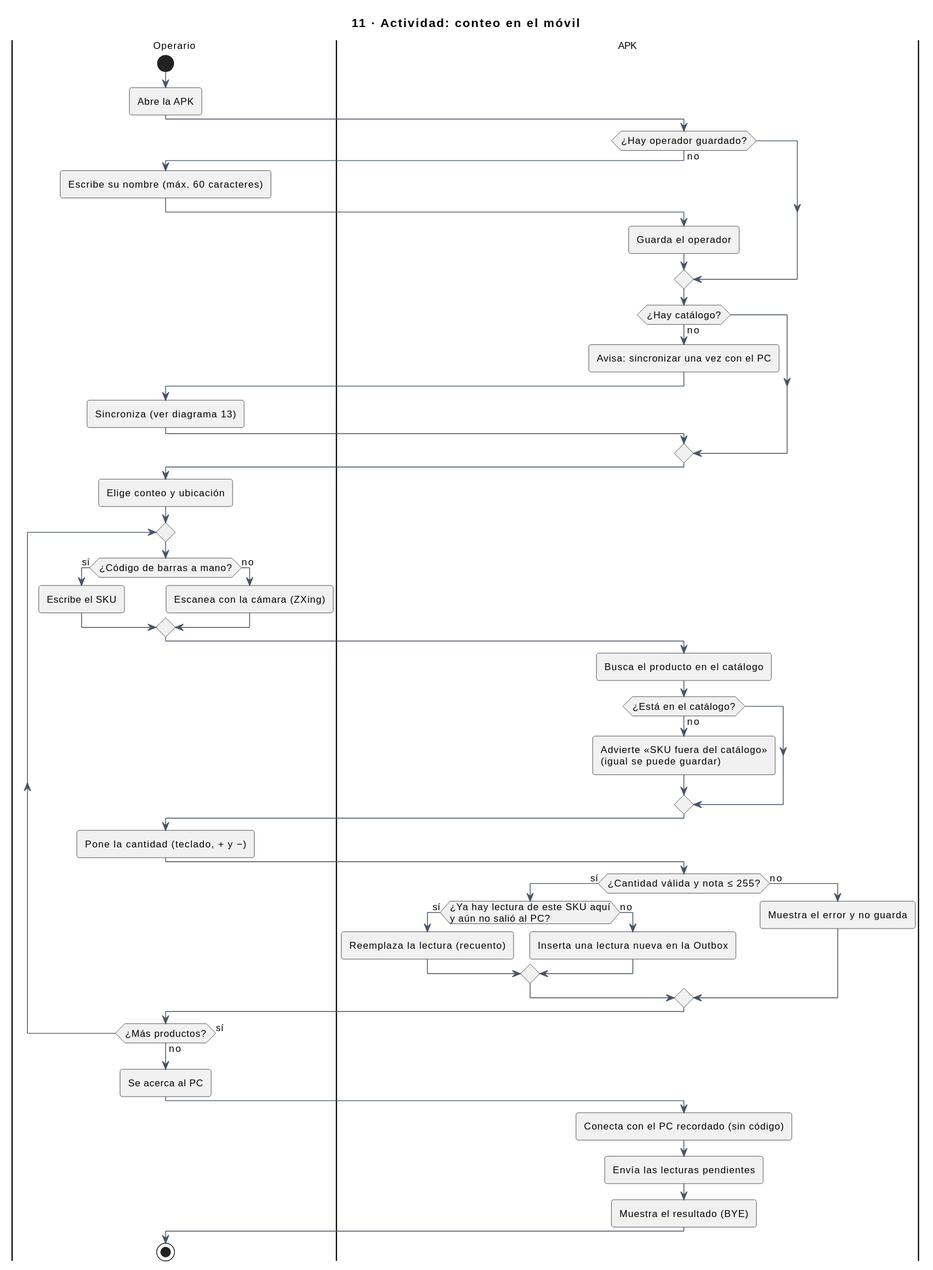
This is docs/img/uml/11-actividad-conteo-movil.svg from sebas-archive/kardex-bt, a PlantUML export, as it was before one commit. The source it was exported from:
```plantuml
@startuml
!include estilo.iuml
title 11 · Actividad: conteo en el móvil
|Operario|
start
:Abre la APK;
|APK|
if (¿Hay operador guardado?) then (no)
  |Operario|
  :Escribe su nombre (máx. 60 caracteres);
  |APK|
  :Guarda el operador;
endif
if (¿Hay catálogo?) then (no)
  :Avisa: sincronizar una vez con el PC;
  |Operario|
  :Sincroniza (ver diagrama 13);
  |APK|
endif
|Operario|
:Elige conteo y ubicación;
repeat
  |Operario|
  if (¿Código de barras a mano?) then (sí)
    :Escribe el SKU;
  else (no)
    :Escanea con la cámara (ZXing);
  endif
  |APK|
  :Busca el producto en el catálogo;
  if (¿Está en el catálogo?) then (no)
    :Advierte «SKU fuera del catálogo»\n(igual se puede guardar);
  endif
  |Operario|
  :Pone la cantidad (teclado, + y −);
  |APK|
  if (¿Cantidad válida y nota ≤ 255?) then (sí)
    if (¿Ya hay lectura de este SKU aquí\ny aún no salió al PC?) then (sí)
      :Reemplaza la lectura (recuento);
    else (no)
      :Inserta una lectura nueva en la Outbox;
    endif
  else (no)
    :Muestra el error y no guarda;
  endif
  |Operario|
repeat while (¿Más productos?) is (sí) not (no)
:Se acerca al PC;
|APK|
:Conecta con el PC recordado (sin código);
:Envía las lecturas pendientes;
:Muestra el resultado (BYE);
|Operario|
stop
@enduml
```
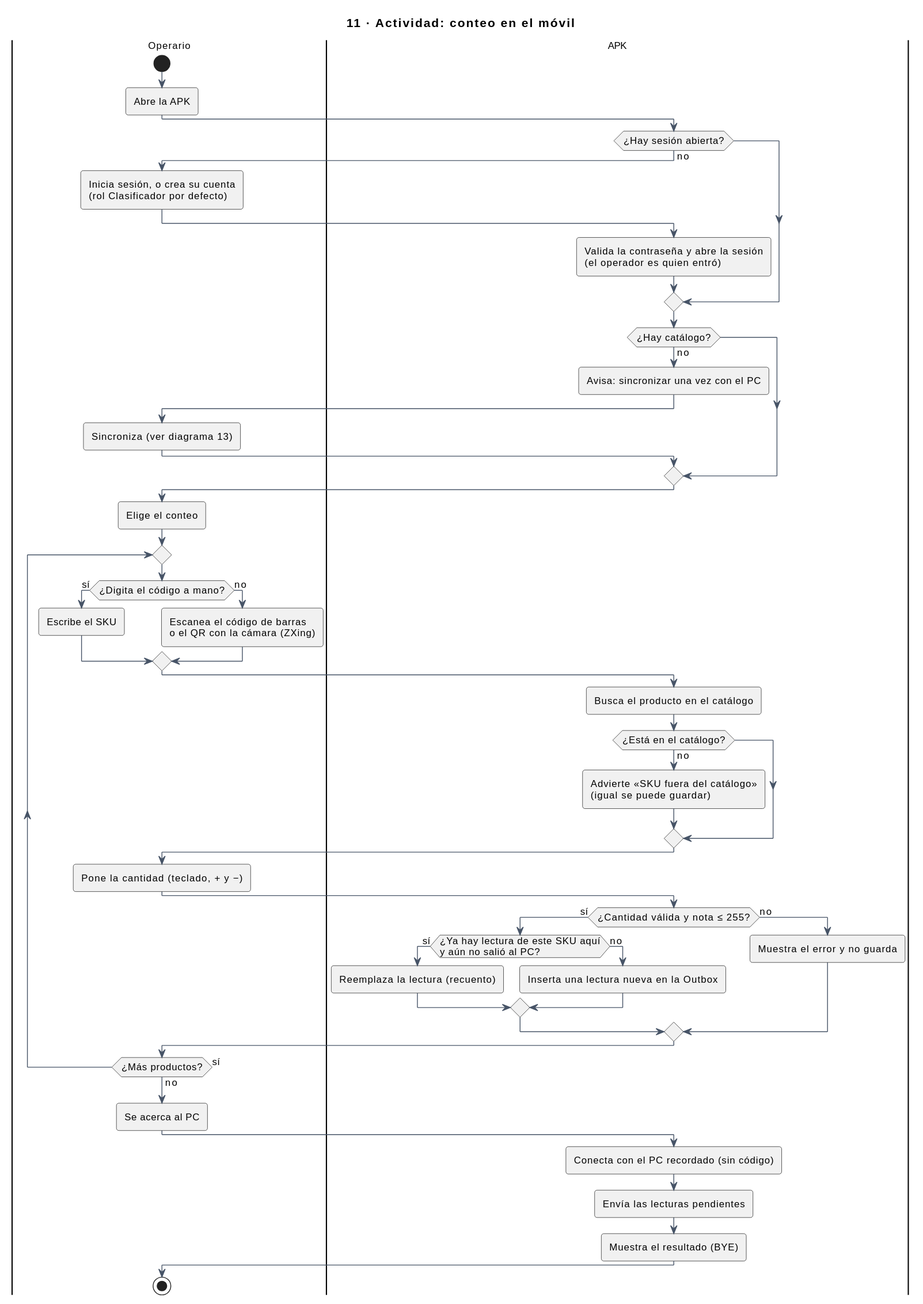
After the commit.

What changed in the source:
```diff
@@ -5,11 +5,11 @@
 start
 :Abre la APK;
 |APK|
-if (¿Hay operador guardado?) then (no)
+if (¿Hay sesión abierta?) then (no)
   |Operario|
-  :Escribe su nombre (máx. 60 caracteres);
+  :Inicia sesión, o crea su cuenta\n(rol Clasificador por defecto);
   |APK|
-  :Guarda el operador;
+  :Valida la contraseña y abre la sesión\n(el operador es quien entró);
 endif
 if (¿Hay catálogo?) then (no)
   :Avisa: sincronizar una vez con el PC;
@@ -18,13 +18,13 @@
   |APK|
 endif
 |Operario|
-:Elige conteo y ubicación;
+:Elige el conteo;
 repeat
   |Operario|
-  if (¿Código de barras a mano?) then (sí)
+  if (¿Digita el código a mano?) then (sí)
     :Escribe el SKU;
   else (no)
-    :Escanea con la cámara (ZXing);
+    :Escanea el código de barras\no el QR con la cámara (ZXing);
   endif
   |APK|
   :Busca el producto en el catálogo;
```
